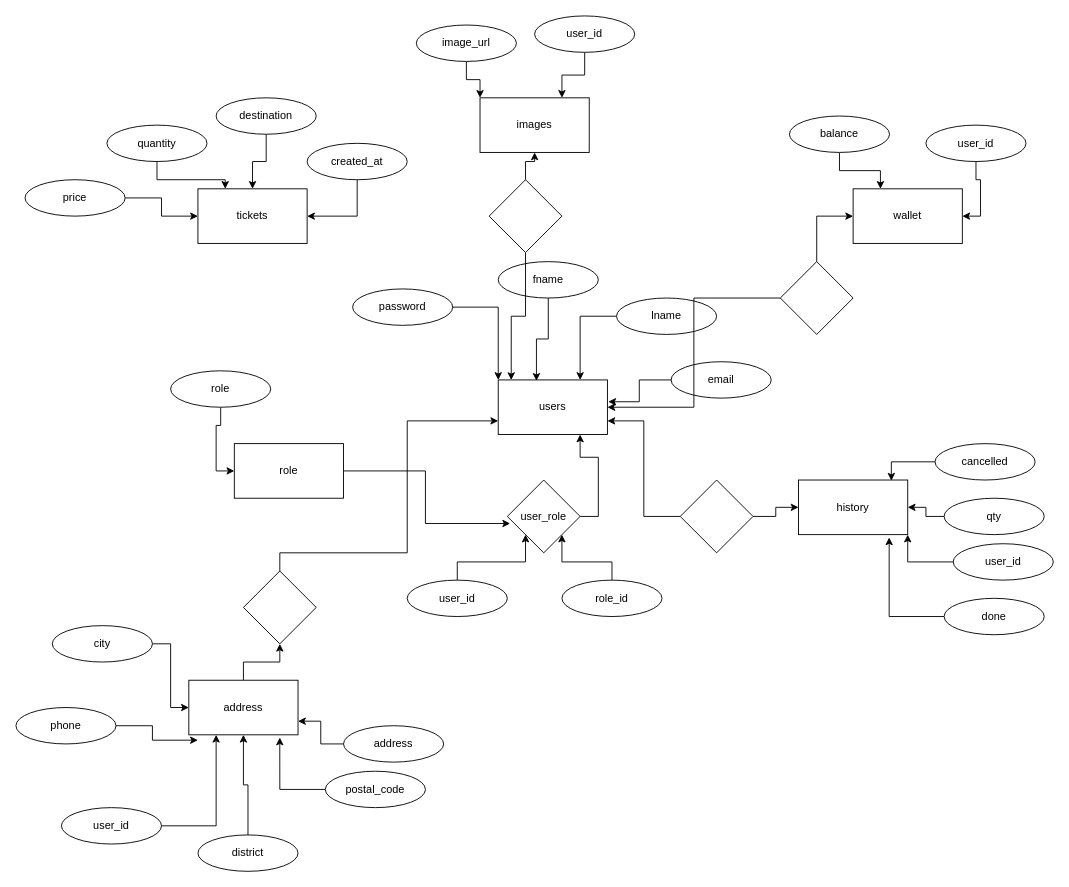
Above: er diagram.drawio in Masud2017/air_reservation_web_version (draw.io), before the change. Source tidied: cells renumbered, new cells numbered last; positions are measured from the earlier drawing's top-left corner, leaving out a move shared by most shapes. Both pictures are drawn from the tidied source at 91%, with x=0, y=0 at pixel (15, 15).
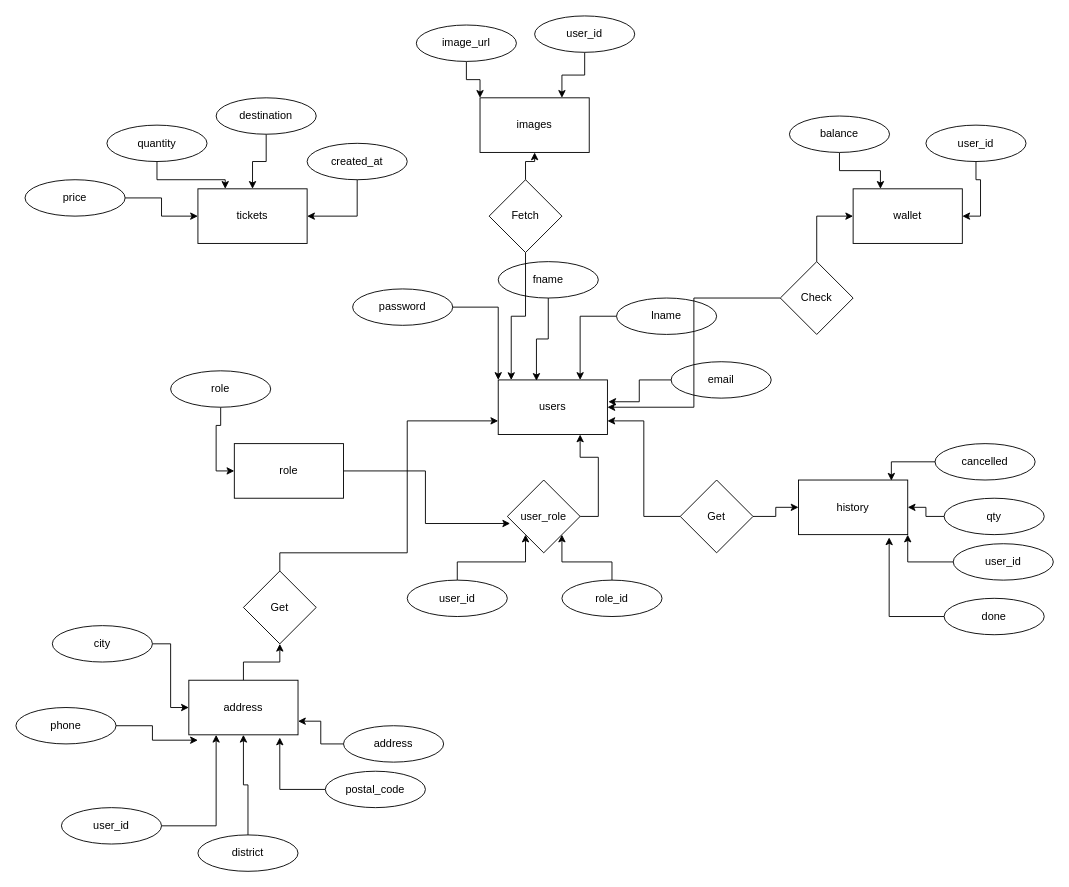
After the change.

Diff of the diagram source:
```diff
@@
-    <mxCell id="64" style="rhombus;whiteSpace=wrap;html=1;" parent="1" vertex="1">
+    <mxCell id="64" value="Get" style="rhombus;whiteSpace=wrap;html=1;" parent="1" vertex="1">
       <mxGeometry x="250" y="610" width="80" height="80" as="geometry" />
     </mxCell>
@@
-    <mxCell id="67" style="rhombus;whiteSpace=wrap;html=1;" parent="1" vertex="1">
+    <mxCell id="67" value="Fetch" style="rhombus;whiteSpace=wrap;html=1;" parent="1" vertex="1">
       <mxGeometry x="520" y="180" width="80" height="80" as="geometry" />
     </mxCell>
@@
-    <mxCell id="70" style="rhombus;whiteSpace=wrap;html=1;" parent="1" vertex="1">
+    <mxCell id="70" value="Get" style="rhombus;whiteSpace=wrap;html=1;" parent="1" vertex="1">
       <mxGeometry x="730" y="510" width="80" height="80" as="geometry" />
     </mxCell>
@@
-    <mxCell id="73" style="rhombus;whiteSpace=wrap;html=1;" parent="1" vertex="1">
+    <mxCell id="73" value="Check" style="rhombus;whiteSpace=wrap;html=1;" parent="1" vertex="1">
       <mxGeometry x="840" y="270" width="80" height="80" as="geometry" />
     </mxCell>
```
